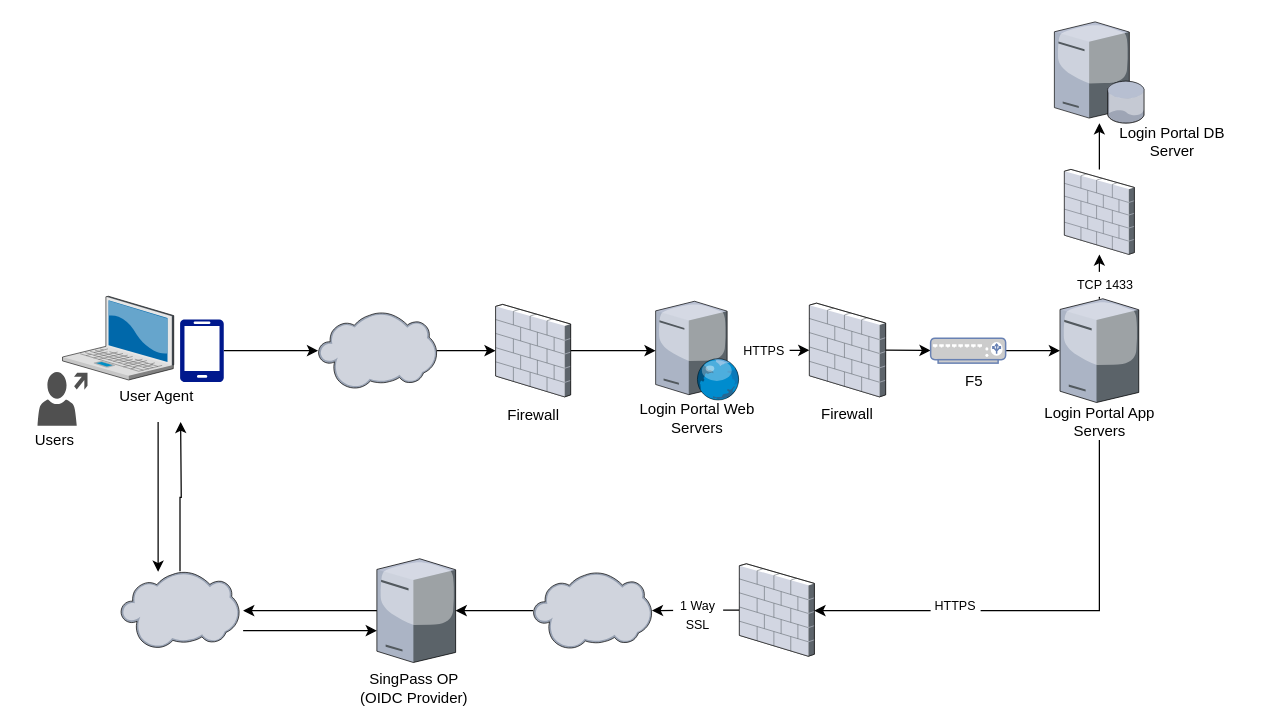
Before: page "Page-3" (3 of 3) of SP Diagram.drawio in myomyo/branch, a draw.io diagram. Source tidied: cells renumbered, new cells numbered last; positions are measured from the earlier drawing's top-left corner, leaving out a move shared by most shapes. Both pictures are drawn from the tidied source at 125%, with x=0, y=0 at pixel (20, 21).
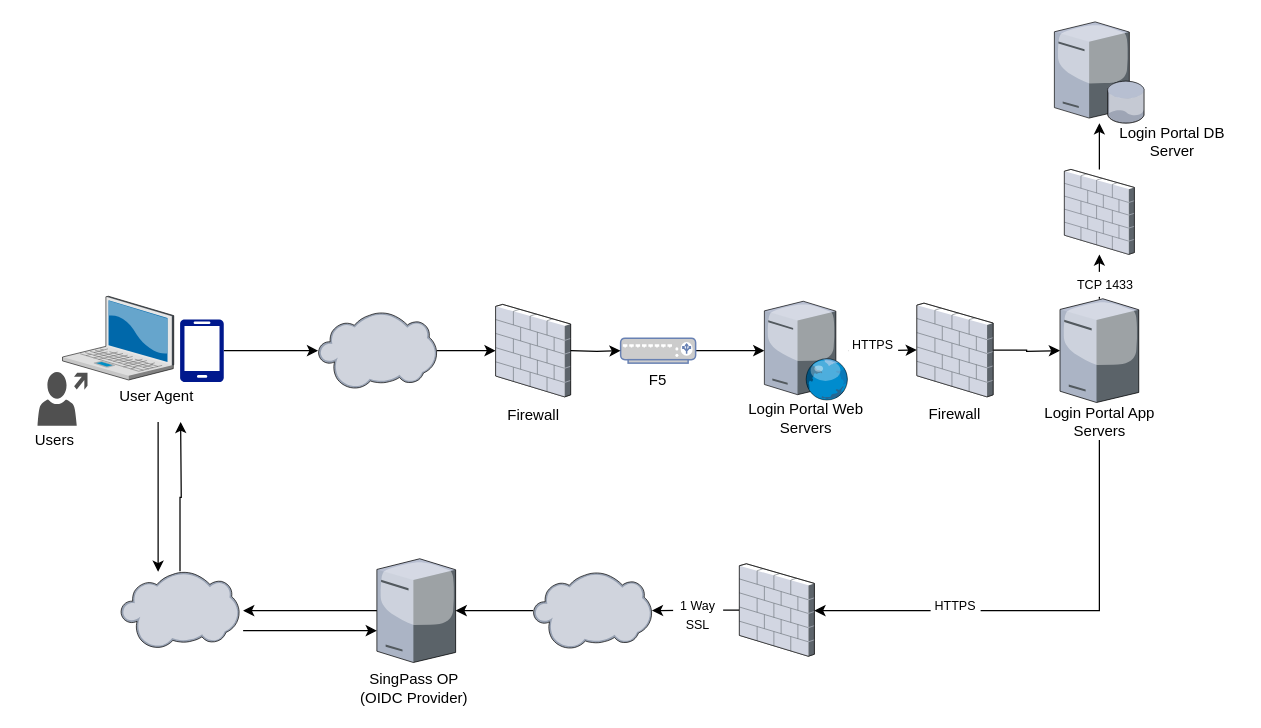
The same diagram, later.

Unchanged cells that the change refers to:
```xml
<mxCell id="8" style="verticalLabelPosition=bottom;html=1;verticalAlign=top;strokeColor=none;align=center;outlineConnect=0;shape=mxgraph.citrix.license_server;" parent="1" vertex="1">
  <mxGeometry x="831.5" y="221.5" width="63" height="83" as="geometry" />
</mxCell>
<mxCell id="22" style="verticalLabelPosition=bottom;html=1;verticalAlign=top;strokeColor=none;align=center;outlineConnect=0;shape=mxgraph.citrix.firewall;" parent="1" vertex="1">
  <mxGeometry x="380" y="226" width="60" height="74" as="geometry" />
</mxCell>
```

What changed in the source:
```diff
@@
-    <mxCell id="2" style="edgeStyle=none;rounded=0;jettySize=auto;html=1;" parent="1" edge="1" source="36" target="5">
-      <mxGeometry relative="1" as="geometry" />
-    </mxCell>
-    <mxCell id="3" style="verticalLabelPosition=bottom;html=1;verticalAlign=top;strokeColor=none;align=center;outlineConnect=0;shape=mxgraph.citrix.web_server;" parent="1" vertex="1">
-      <mxGeometry x="508" y="223.5" width="67" height="79" as="geometry" />
-    </mxCell>
-    <mxCell id="4" style="edgeStyle=none;rounded=0;jettySize=auto;html=1;" parent="1" edge="1" source="5" target="13">
-      <mxGeometry relative="1" as="geometry" />
-    </mxCell>
-    <mxCell id="5" style="verticalLabelPosition=bottom;html=1;verticalAlign=top;strokeColor=none;align=center;outlineConnect=0;shape=mxgraph.citrix.firewall;" parent="1" vertex="1">
-      <mxGeometry x="631" y="225" width="61" height="75" as="geometry" />
-    </mxCell>
@@
-    <mxCell id="12" style="edgeStyle=none;rounded=0;jettySize=auto;html=1;" parent="1" edge="1" source="13" target="8">
-      <mxGeometry relative="1" as="geometry" />
-    </mxCell>
-    <mxCell id="13" style="fontColor=#0066CC;verticalAlign=top;verticalLabelPosition=bottom;labelPosition=center;align=center;html=1;outlineConnect=0;fillColor=#CCCCCC;strokeColor=#6881B3;gradientColor=none;gradientDirection=north;strokeWidth=2;shape=mxgraph.networks.load_balancer;direction=east;" parent="1" vertex="1">
-      <mxGeometry x="728" y="253" width="60" height="20" as="geometry" />
-    </mxCell>
@@
-    <mxCell id="19" value="Login Portal Web Servers" style="text;html=1;strokeColor=none;fillColor=none;align=center;verticalAlign=middle;whiteSpace=wrap;rounded=0;" parent="1" vertex="1">
-      <mxGeometry x="488" y="301.5" width="107" height="30" as="geometry" />
-    </mxCell>
@@
-    <mxCell id="21" style="edgeStyle=none;rounded=0;jettySize=auto;html=1;" parent="1" edge="1" source="22" target="3">
-      <mxGeometry relative="1" as="geometry" />
-    </mxCell>
@@
-    <mxCell id="23" value="Firewall" style="text;html=1;strokeColor=none;fillColor=none;align=center;verticalAlign=middle;whiteSpace=wrap;rounded=0;" parent="1" vertex="1">
-      <mxGeometry x="621" y="301.5" width="81" height="25" as="geometry" />
-    </mxCell>
@@
-    <mxCell id="25" value="F5" style="text;html=1;strokeColor=none;fillColor=none;align=center;verticalAlign=middle;whiteSpace=wrap;rounded=0;" parent="1" vertex="1">
-      <mxGeometry x="728" y="278" width="70" height="19" as="geometry" />
-    </mxCell>
@@
-    <mxCell id="36" value="&lt;font style=&quot;font-size: 10px&quot;&gt;HTTPS&lt;/font&gt;" style="text;html=1;strokeColor=none;fillColor=#FFFFFF;align=center;verticalAlign=middle;whiteSpace=wrap;rounded=0;" parent="1" vertex="1">
-      <mxGeometry x="575" y="253" width="40" height="20" as="geometry" />
-    </mxCell>
-    <mxCell id="37" style="edgeStyle=none;rounded=0;jettySize=auto;html=1;" parent="1" edge="1" source="3" target="36">
-      <mxGeometry relative="1" as="geometry" />
+    <mxCell id="37" style="edgeStyle=none;rounded=0;orthogonalLoop=1;jettySize=auto;html=1;" parent="1" edge="1">
+      <mxGeometry relative="1" as="geometry">
+        <mxPoint x="575" y="263" as="sourcePoint" />
+        <mxPoint x="575" y="263" as="targetPoint" />
+      </mxGeometry>
     </mxCell>
@@
+    <mxCell id="46" style="edgeStyle=orthogonalEdgeStyle;rounded=0;jettySize=auto;html=1;strokeColor=#000000;" parent="1" edge="1" source="47" target="49">
+      <mxGeometry relative="1" as="geometry" />
+    </mxCell>
+    <mxCell id="47" style="verticalLabelPosition=bottom;html=1;verticalAlign=top;strokeColor=none;align=center;outlineConnect=0;shape=mxgraph.citrix.web_server;" parent="1" vertex="1">
+      <mxGeometry x="595" y="223.5" width="67" height="79" as="geometry" />
+    </mxCell>
+    <mxCell id="48" style="edgeStyle=orthogonalEdgeStyle;rounded=0;jettySize=auto;html=1;strokeColor=#000000;" parent="1" edge="1" source="49">
+      <mxGeometry relative="1" as="geometry">
+        <mxPoint x="831.5" y="263" as="targetPoint" />
+      </mxGeometry>
+    </mxCell>
+    <mxCell id="49" style="verticalLabelPosition=bottom;html=1;verticalAlign=top;strokeColor=none;align=center;outlineConnect=0;shape=mxgraph.citrix.firewall;" parent="1" vertex="1">
+      <mxGeometry x="717" y="225" width="61" height="75" as="geometry" />
+    </mxCell>
+    <mxCell id="50" style="edgeStyle=orthogonalEdgeStyle;rounded=0;jettySize=auto;html=1;strokeColor=#000000;" parent="1" edge="1" source="51" target="47">
+      <mxGeometry relative="1" as="geometry" />
+    </mxCell>
+    <mxCell id="51" style="fontColor=#0066CC;verticalAlign=top;verticalLabelPosition=bottom;labelPosition=center;align=center;html=1;outlineConnect=0;fillColor=#CCCCCC;strokeColor=#6881B3;gradientColor=none;gradientDirection=north;strokeWidth=2;shape=mxgraph.networks.load_balancer;direction=east;" parent="1" vertex="1">
+      <mxGeometry x="480" y="253" width="60" height="20" as="geometry" />
+    </mxCell>
+    <mxCell id="19" value="Login Portal Web Servers" style="text;html=1;strokeColor=none;fillColor=none;align=center;verticalAlign=middle;whiteSpace=wrap;rounded=0;" parent="1" vertex="1">
+      <mxGeometry x="575" y="301.5" width="107" height="30" as="geometry" />
+    </mxCell>
+    <mxCell id="52" style="edgeStyle=orthogonalEdgeStyle;rounded=0;jettySize=auto;html=1;strokeColor=#000000;" parent="1" edge="1" target="51">
+      <mxGeometry relative="1" as="geometry">
+        <mxPoint x="440" y="263" as="sourcePoint" />
+      </mxGeometry>
+    </mxCell>
+    <mxCell id="23" value="Firewall" style="text;html=1;strokeColor=none;fillColor=none;align=center;verticalAlign=middle;whiteSpace=wrap;rounded=0;" parent="1" vertex="1">
+      <mxGeometry x="707" y="301.5" width="81" height="25" as="geometry" />
+    </mxCell>
+    <mxCell id="25" value="F5" style="text;html=1;strokeColor=none;fillColor=none;align=center;verticalAlign=middle;whiteSpace=wrap;rounded=0;" parent="1" vertex="1">
+      <mxGeometry x="475" y="277" width="70" height="19" as="geometry" />
+    </mxCell>
+    <mxCell id="36" value="&lt;font style=&quot;font-size: 10px&quot;&gt;HTTPS&lt;/font&gt;" style="text;html=1;strokeColor=none;fillColor=#FFFFFF;align=center;verticalAlign=middle;whiteSpace=wrap;rounded=0;" parent="1" vertex="1">
+      <mxGeometry x="662" y="248" width="40" height="20" as="geometry" />
+    </mxCell>
```
